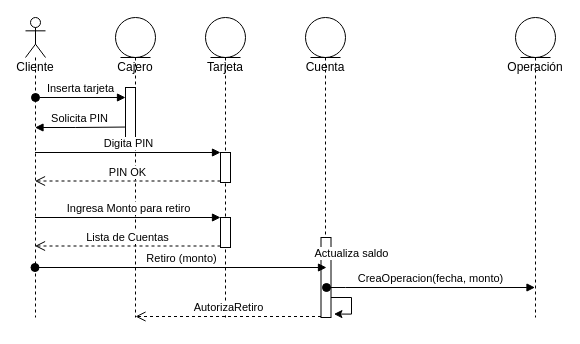
This is page "Diagrama de Secuencia" (7 of 7) of Clase5_IS1.drawio.xml from cpaztrillo/utec_isoftware1_2022_2, a draw.io file, before an edit. Source tidied: cells renumbered, new cells numbered last; positions are measured from the earlier drawing's top-left corner, leaving out a move shared by most shapes. Both pictures are drawn from the tidied source at 100%, with x=0, y=0 at pixel (25, 17).
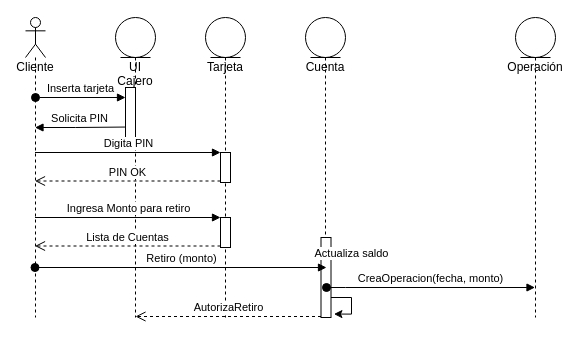
The same diagram, later.

Change to the diagram source:
```diff
@@
-    <mxCell id="3" value="Cajero" style="shape=umlLifeline;participant=umlEntity;perimeter=lifelinePerimeter;whiteSpace=wrap;html=1;verticalAlign=top;spacingTop=36;" parent="1" vertex="1">
+    <mxCell id="3" value="UI Cajero" style="shape=umlLifeline;participant=umlEntity;perimeter=lifelinePerimeter;whiteSpace=wrap;html=1;verticalAlign=top;spacingTop=36;" parent="1" vertex="1">
       <mxGeometry x="90" width="40" height="300" as="geometry" />
     </mxCell>
```
